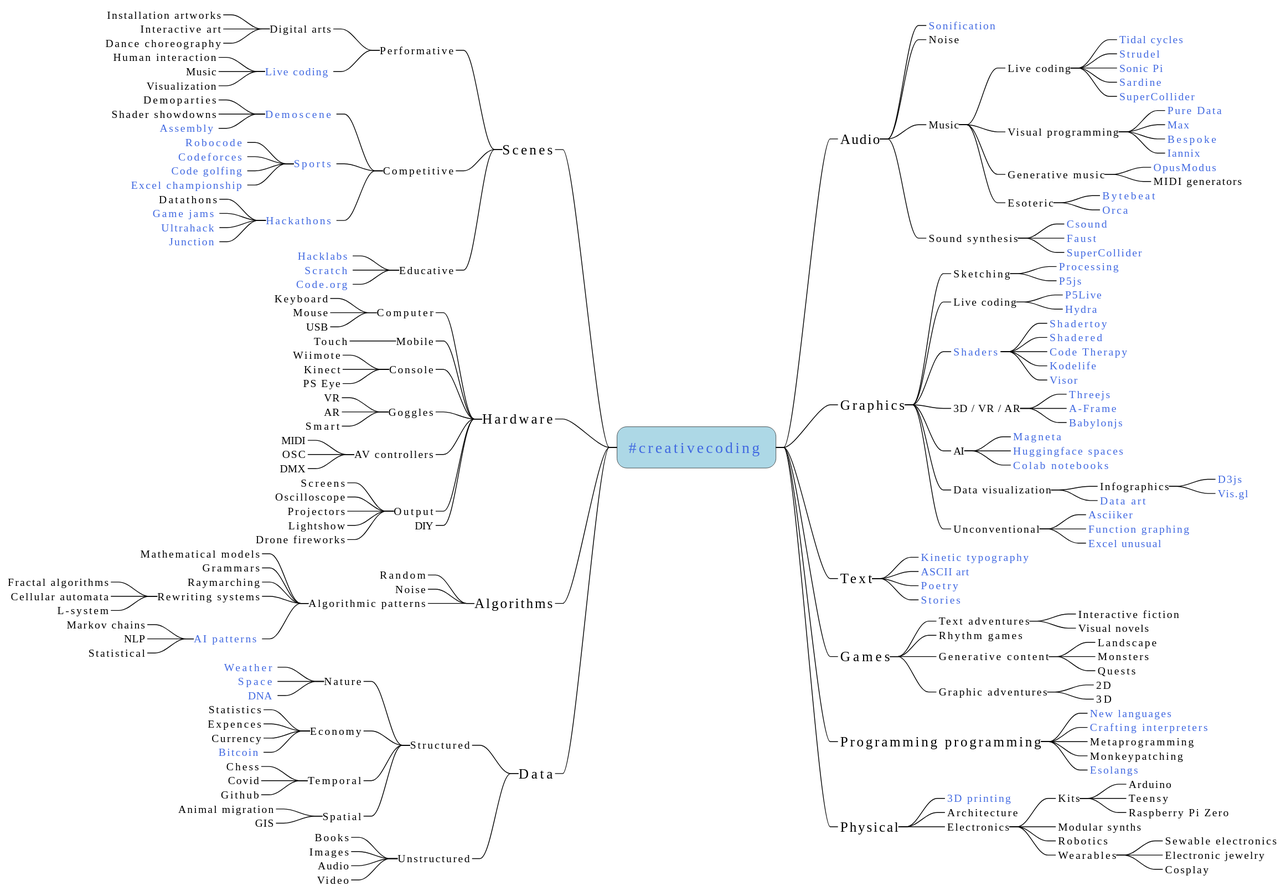
The PlantUML diagram out/mindmap/mindmap.svg in amiika/creativecodingmindmap, before a commit.
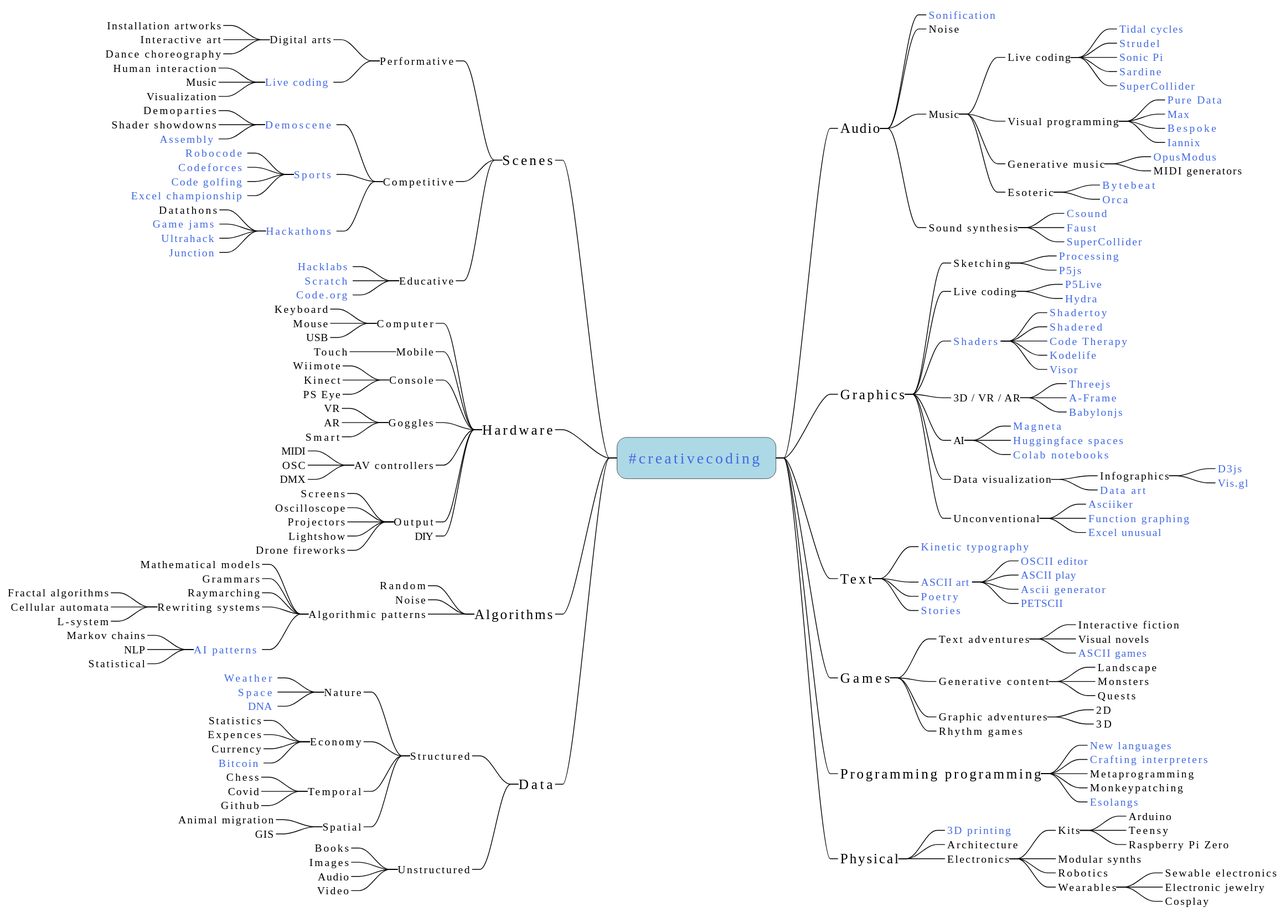
The same diagram one commit later.

Commit message:
Added ascii examples

What changed in the source:
```diff
@@ -104,7 +104,11 @@
 
 **_ Text
 ***_ [[https://timrodenbroeker.de/processing-tutorial-kinetic-typography-1 Kinetic typography]] <<link>>
-***_ [[https://play.ertdfgcvb.xyz/ ASCII art]] <<link>>
+***_ [[https://github.com/khrome/ascii-art-docs/blob/master/History.md ASCII art]] <<link>>
+****_ [[https://adelfaure.net OSCII editor]] <<link>>
+****_ [[https://play.ertdfgcvb.xyz/ ASCII play]] <<link>>
+****_ [[https://github.com/JuliaPoo/AsciiArtist Ascii generator]] <<link>>
+****_ [[https://github.com/nurpax/petmate PETSCII]] <<link>>
 ***_ [[https://github.com/coreybobco/generativepoetry-py Poetry]] <<link>>
 ***_ [[https://nanogenmo.github.io/ Stories]] <<link>>
 
@@ -112,7 +116,8 @@
 ***_ Text adventures
 ****_ Interactive fiction
 ****_ Visual novels
-***_ Rhythm games
+****_ [[https://adelfaure.net/ ASCII games]] <<link>>
+
 ***_ Generative content
 ****_ Landscape
 ****_ Monsters
@@ -120,6 +125,7 @@
 ***_ Graphic adventures
 ****_ 2D
 ****_ 3D
+***_ Rhythm games
 
 **_ Programming programming
 ***_ [[https://eloquentjavascript.net/12_language.html New languages]] <<link>>
```
